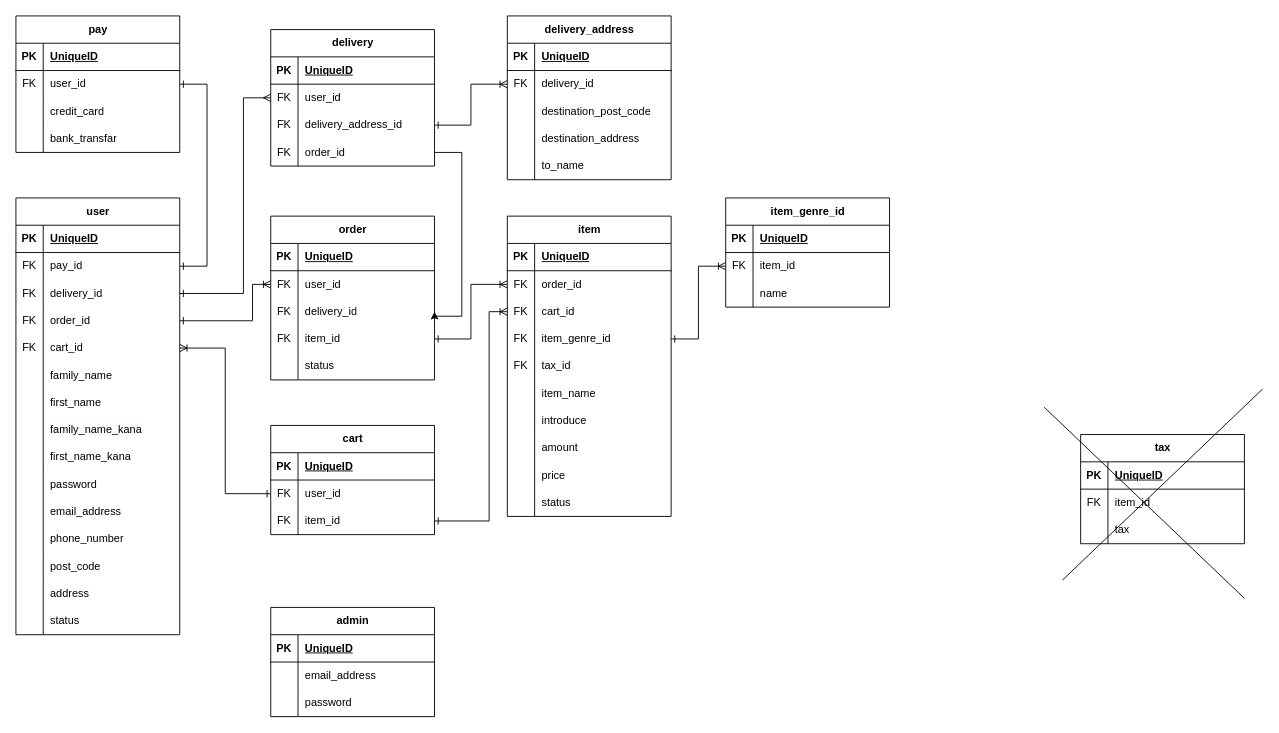
Earlier version of the draw.io diagram 名称未設定ファイル.drawio (yuna096740/sample_app). Source tidied: cells renumbered, new cells numbered last; positions are measured from the earlier drawing's top-left corner, leaving out a move shared by most shapes. Both pictures are drawn from the tidied source at 91%, with x=0, y=0 at pixel (15, 15).
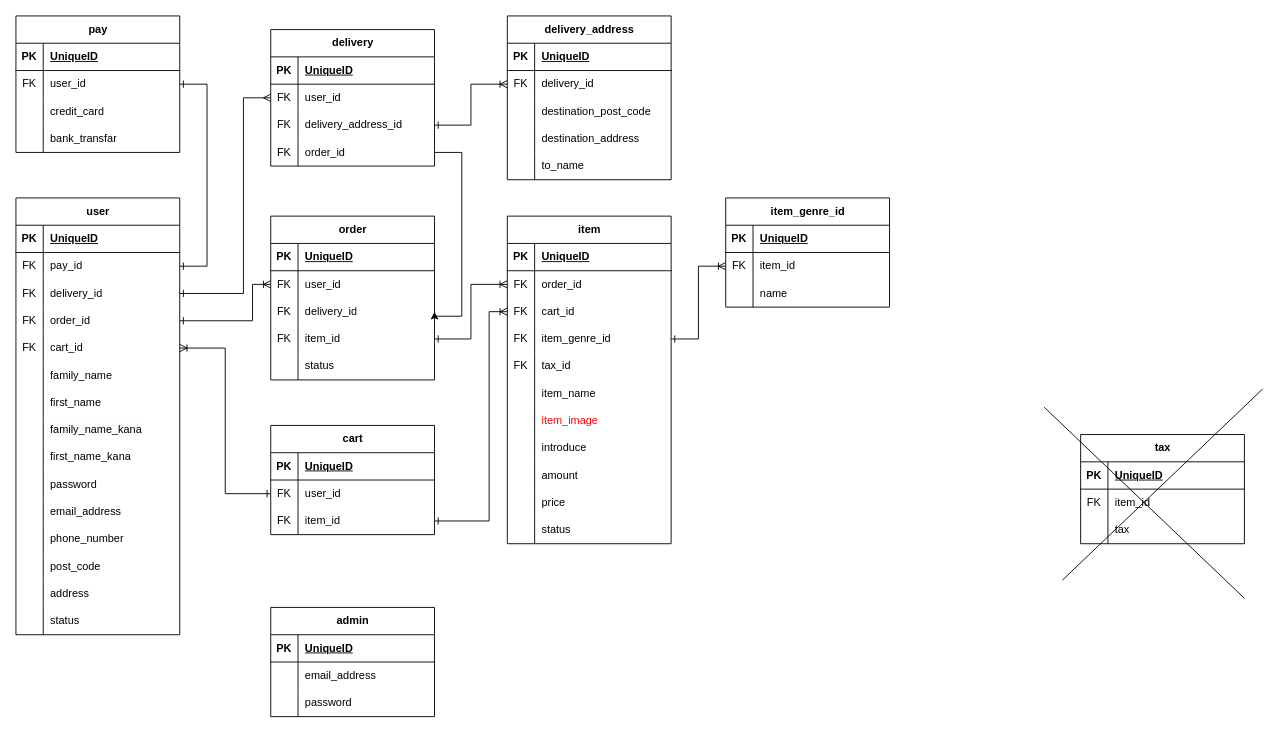
The same diagram, later.

Commit message:
名称未設定ファイル.drawio を更新します

The edit, as a diff of the source:
```diff
@@
     <mxCell id="100" value="item" style="shape=table;startSize=30;childLayout=tableLayout;rowLines=0;fontStyle=1;align=center;html=1;" parent="1" vertex="1">
-      <mxGeometry x="540" y="220" width="180" height="330" as="geometry" />
+      <mxGeometry x="540" y="220" width="180" height="360" as="geometry" />
     </mxCell>
@@
+    <mxCell id="188" style="shape=tableRow;horizontal=0;startSize=0;swimlaneHead=0;swimlaneBody=0;fillColor=none;top=0;left=0;right=0;bottom=0;" parent="100" vertex="1">
+      <mxGeometry y="210" width="180" height="30" as="geometry" />
+    </mxCell>
+    <mxCell id="189" style="shape=partialRectangle;fillColor=none;top=0;left=0;bottom=0;right=0;overflow=hidden;whiteSpace=wrap;html=1;" parent="188" vertex="1">
+      <mxGeometry width="30" height="30" as="geometry" />
+    </mxCell>
+    <mxCell id="190" value="item_image" style="shape=partialRectangle;fillColor=none;top=0;left=0;bottom=0;right=0;align=left;spacingLeft=6;overflow=hidden;whiteSpace=wrap;html=1;fontColor=#FF0000;" parent="188" vertex="1">
+      <mxGeometry x="30" width="150" height="30" as="geometry" />
+    </mxCell>
     <mxCell id="119" style="shape=tableRow;horizontal=0;startSize=0;swimlaneHead=0;swimlaneBody=0;fillColor=none;top=0;left=0;right=0;bottom=0;" parent="100" vertex="1">
-      <mxGeometry y="210" width="180" height="30" as="geometry" />
+      <mxGeometry y="240" width="180" height="30" as="geometry" />
     </mxCell>
@@
     <mxCell id="122" style="shape=tableRow;horizontal=0;startSize=0;swimlaneHead=0;swimlaneBody=0;fillColor=none;top=0;left=0;right=0;bottom=0;" parent="100" vertex="1">
-      <mxGeometry y="240" width="180" height="30" as="geometry" />
+      <mxGeometry y="270" width="180" height="30" as="geometry" />
     </mxCell>
@@
     <mxCell id="125" style="shape=tableRow;horizontal=0;startSize=0;swimlaneHead=0;swimlaneBody=0;fillColor=none;top=0;left=0;right=0;bottom=0;" parent="100" vertex="1">
-      <mxGeometry y="270" width="180" height="30" as="geometry" />
+      <mxGeometry y="300" width="180" height="30" as="geometry" />
     </mxCell>
@@
     <mxCell id="128" style="shape=tableRow;horizontal=0;startSize=0;swimlaneHead=0;swimlaneBody=0;fillColor=none;top=0;left=0;right=0;bottom=0;" parent="100" vertex="1">
-      <mxGeometry y="300" width="180" height="30" as="geometry" />
+      <mxGeometry y="330" width="180" height="30" as="geometry" />
     </mxCell>
```
